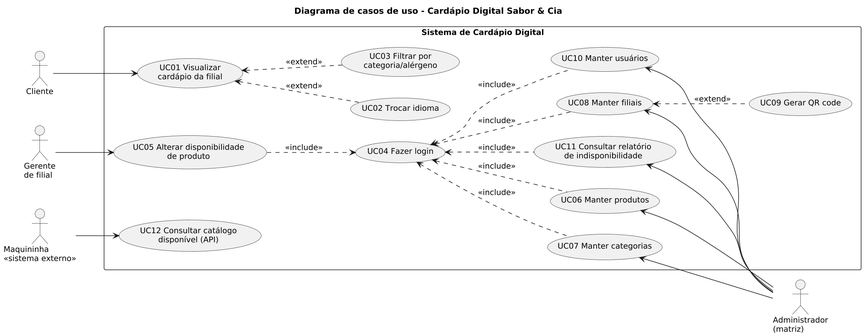
This is diagramas/02_casos_de_uso.png from vitorfaust1no/PIM-II, a PlantUML export, as it was before one commit.
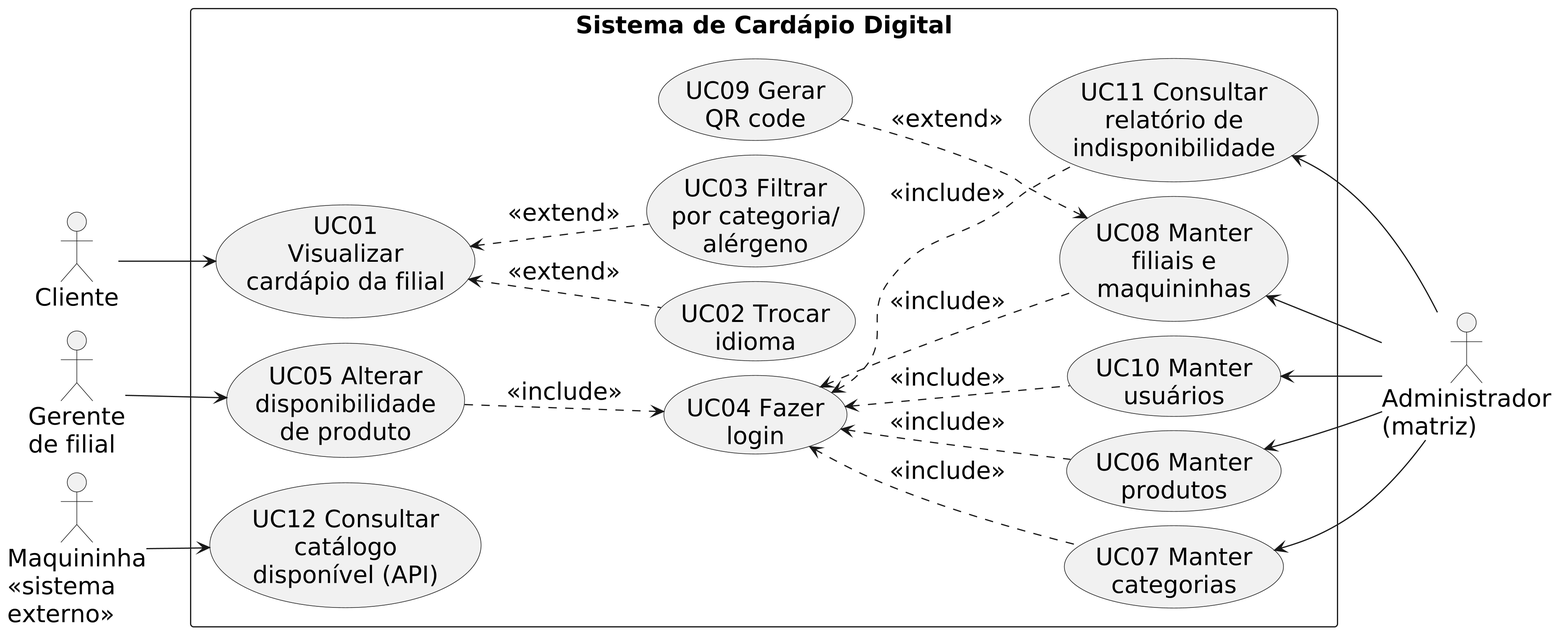
Above is the later version.

The edit, as a diff of the source:
```diff
@@ -1,44 +1,50 @@
-@startuml
+@startuml 02_casos_de_uso
 !include estilo.iuml
-title Diagrama de casos de uso - Cardápio Digital Sabor & Cia
+skinparam defaultFontSize 20
+skinparam dpi 300
+skinparam nodesep 12
+skinparam ranksep 40
+skinparam packageStyle rectangle
 left to right direction
 
-actor Cliente
-actor Gerente as "Gerente\nde filial"
-actor Administrador as "Administrador\n(matriz)"
-actor Maquininha as "Maquininha\n<<sistema externo>>"
+actor "Cliente" as cliente
+actor "Gerente\nde filial" as gerente
+actor "Maquininha\n«sistema\nexterno»" as maquininha
+actor "Administrador\n(matriz)" as admin
 
 rectangle "Sistema de Cardápio Digital" {
-  usecase UC02 as "UC02 Trocar idioma"
-  usecase UC03 as "UC03 Filtrar por\ncategoria/alérgeno"
-  usecase UC01 as "UC01 Visualizar\ncardápio da filial"
-  usecase UC12 as "UC12 Consultar catálogo\ndisponível (API)"
-  usecase UC05 as "UC05 Alterar disponibilidade\nde produto"
-  usecase UC04 as "UC04 Fazer login"
-  usecase UC06 as "UC06 Manter produtos"
-  usecase UC07 as "UC07 Manter categorias"
-  usecase UC08 as "UC08 Manter filiais"
-  usecase UC09 as "UC09 Gerar QR code"
-  usecase UC10 as "UC10 Manter usuários"
-  usecase UC11 as "UC11 Consultar relatório\nde indisponibilidade"
+  usecase "UC01\nVisualizar\ncardápio da filial" as UC01
+  usecase "UC05 Alterar\ndisponibilidade\nde produto" as UC05
+  usecase "UC12 Consultar\ncatálogo\ndisponível (API)" as UC12
+  usecase "UC02 Trocar\nidioma" as UC02
+  usecase "UC03 Filtrar\npor categoria/\nalérgeno" as UC03
+  usecase "UC04 Fazer\nlogin" as UC04
+  usecase "UC09 Gerar\nQR code" as UC09
+  usecase "UC06 Manter\nprodutos" as UC06
+  usecase "UC07 Manter\ncategorias" as UC07
+  usecase "UC08 Manter\nfiliais e\nmaquininhas" as UC08
+  usecase "UC10 Manter\nusuários" as UC10
+  usecase "UC11 Consultar\nrelatório de\nindisponibilidade" as UC11
 }
 
-Cliente --> UC01
+cliente --> UC01
+gerente --> UC05
+maquininha --> UC12
+
 UC01 <.. UC02 : <<extend>>
 UC01 <.. UC03 : <<extend>>
-Maquininha --> UC12
-Gerente --> UC05
 UC05 ..> UC04 : <<include>>
 
-UC06 <-- Administrador
-UC07 <-- Administrador
-UC08 <-- Administrador
-UC10 <-- Administrador
-UC11 <-- Administrador
 UC04 <.. UC06 : <<include>>
 UC04 <.. UC07 : <<include>>
 UC04 <.. UC08 : <<include>>
 UC04 <.. UC10 : <<include>>
 UC04 <.. UC11 : <<include>>
-UC08 <.. UC09 : <<extend>>
+UC09 ..> UC08 : <<extend>>
+
+UC06 <-- admin
+UC07 <-- admin
+UC08 <-- admin
+UC10 <-- admin
+UC11 <-- admin
 @enduml
```
